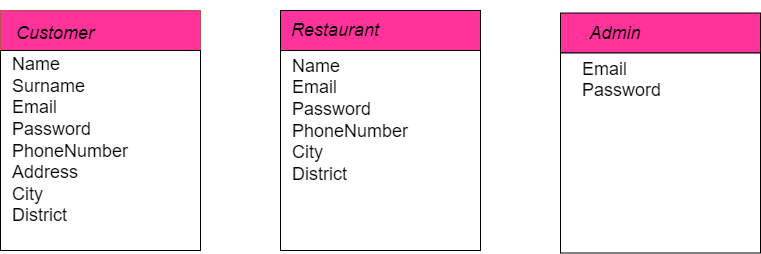
duygu2/Food-Deliveryy keeps this draw.io diagram as database.png. Above is the earlier version. Source tidied: cells renumbered, new cells last; positions are measured from the earlier drawing's top-left corner, leaving out a move shared by most shapes.
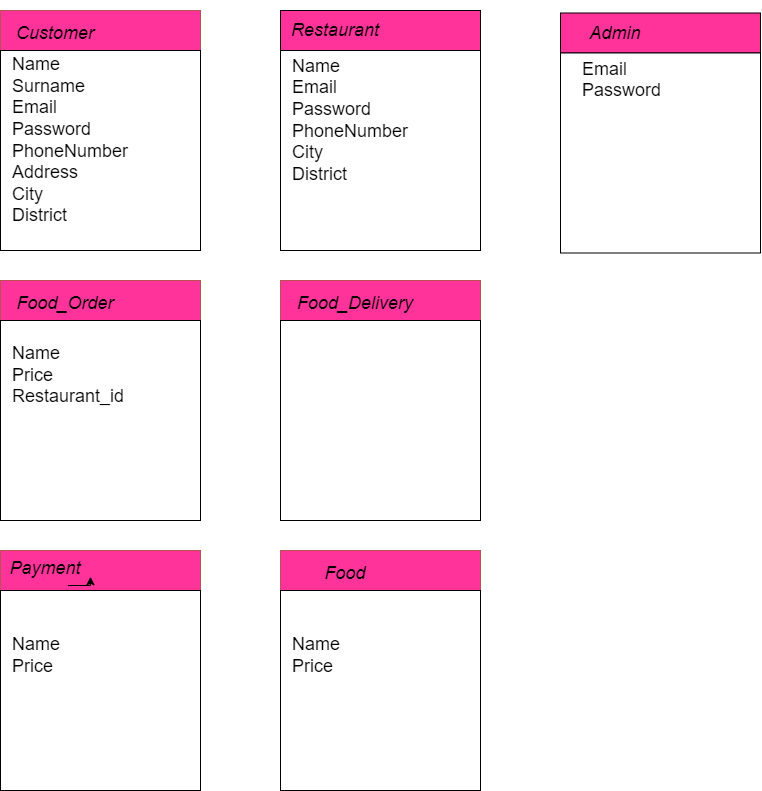
After the commit.

What changed in the source:
```diff
@@ -38,5 +38,53 @@
     <mxCell id="13" value="&lt;br&gt;Email&lt;br&gt;Password&lt;br&gt;" style="text;html=1;strokeColor=none;fillColor=none;align=left;verticalAlign=middle;whiteSpace=wrap;rounded=0;fontSize=18;" parent="1" vertex="1">
       <mxGeometry x="580" width="150" height="137.5" as="geometry" />
     </mxCell>
+    <mxCell id="14" style="rounded=0;whiteSpace=wrap;html=1;fillColor=#FF3399;strokeColor=#b85450;" parent="1" vertex="1">
+      <mxGeometry y="280" width="200" height="40" as="geometry" />
+    </mxCell>
+    <mxCell id="15" style="rounded=0;whiteSpace=wrap;html=1;" parent="1" vertex="1">
+      <mxGeometry y="320" width="200" height="200" as="geometry" />
+    </mxCell>
+    <mxCell id="16" value="&lt;font style=&quot;font-size: 18px;&quot;&gt;&lt;i&gt;Food_Order&lt;/i&gt;&lt;/font&gt;" style="text;html=1;strokeColor=none;fillColor=none;align=center;verticalAlign=middle;whiteSpace=wrap;rounded=0;" parent="1" vertex="1">
+      <mxGeometry x="20" y="285" width="90" height="35" as="geometry" />
+    </mxCell>
+    <mxCell id="17" value="Name&lt;br&gt;Price&lt;br&gt;Restaurant_id&lt;br&gt;" style="text;html=1;strokeColor=none;fillColor=none;align=left;verticalAlign=middle;whiteSpace=wrap;rounded=0;fontSize=18;" parent="1" vertex="1">
+      <mxGeometry x="10" y="320" width="150" height="110" as="geometry" />
+    </mxCell>
+    <mxCell id="18" style="rounded=0;whiteSpace=wrap;html=1;fillColor=#FF3399;strokeColor=#b85450;" parent="1" vertex="1">
+      <mxGeometry x="280" y="280" width="200" height="40" as="geometry" />
+    </mxCell>
+    <mxCell id="19" style="rounded=0;whiteSpace=wrap;html=1;" parent="1" vertex="1">
+      <mxGeometry x="280" y="320" width="200" height="200" as="geometry" />
+    </mxCell>
+    <mxCell id="20" value="&lt;font style=&quot;font-size: 18px;&quot;&gt;&lt;i&gt;Food_Delivery&lt;/i&gt;&lt;/font&gt;" style="text;html=1;strokeColor=none;fillColor=none;align=center;verticalAlign=middle;whiteSpace=wrap;rounded=0;" parent="1" vertex="1">
+      <mxGeometry x="310" y="285" width="90" height="35" as="geometry" />
+    </mxCell>
+    <mxCell id="21" style="rounded=0;whiteSpace=wrap;html=1;fillColor=#FF3399;strokeColor=#b85450;" parent="1" vertex="1">
+      <mxGeometry y="550" width="200" height="40" as="geometry" />
+    </mxCell>
+    <mxCell id="22" style="rounded=0;whiteSpace=wrap;html=1;" parent="1" vertex="1">
+      <mxGeometry y="590" width="200" height="200" as="geometry" />
+    </mxCell>
+    <mxCell id="23" value="Name&lt;br&gt;Price&lt;br&gt;" style="text;html=1;strokeColor=none;fillColor=none;align=left;verticalAlign=middle;whiteSpace=wrap;rounded=0;fontSize=18;" parent="1" vertex="1">
+      <mxGeometry x="10" y="600" width="150" height="110" as="geometry" />
+    </mxCell>
+    <mxCell id="24" style="rounded=0;whiteSpace=wrap;html=1;fillColor=#FF3399;strokeColor=#b85450;" parent="1" vertex="1">
+      <mxGeometry x="280" y="550" width="200" height="40" as="geometry" />
+    </mxCell>
+    <mxCell id="25" style="rounded=0;whiteSpace=wrap;html=1;" parent="1" vertex="1">
+      <mxGeometry x="280" y="590" width="200" height="200" as="geometry" />
+    </mxCell>
+    <mxCell id="26" value="&lt;font style=&quot;font-size: 18px;&quot;&gt;&lt;i&gt;Food&lt;/i&gt;&lt;/font&gt;" style="text;html=1;strokeColor=none;fillColor=none;align=center;verticalAlign=middle;whiteSpace=wrap;rounded=0;" parent="1" vertex="1">
+      <mxGeometry x="300" y="555" width="90" height="35" as="geometry" />
+    </mxCell>
+    <mxCell id="27" value="Name&lt;br&gt;Price&lt;br&gt;" style="text;html=1;strokeColor=none;fillColor=none;align=left;verticalAlign=middle;whiteSpace=wrap;rounded=0;fontSize=18;" parent="1" vertex="1">
+      <mxGeometry x="290" y="600" width="150" height="110" as="geometry" />
+    </mxCell>
+    <mxCell id="28" value="&lt;font style=&quot;font-size: 18px;&quot;&gt;&lt;i&gt;Payment&lt;/i&gt;&lt;/font&gt;" style="text;html=1;strokeColor=none;fillColor=none;align=center;verticalAlign=middle;whiteSpace=wrap;rounded=0;" parent="1" vertex="1">
+      <mxGeometry y="550" width="90" height="35" as="geometry" />
+    </mxCell>
+    <mxCell id="29" style="edgeStyle=orthogonalEdgeStyle;rounded=0;orthogonalLoop=1;jettySize=auto;html=1;exitX=0.75;exitY=1;exitDx=0;exitDy=0;entryX=1;entryY=0.75;entryDx=0;entryDy=0;fontSize=18;fontColor=#FF6666;" parent="1" edge="1" source="28" target="28">
+      <mxGeometry relative="1" as="geometry" />
+    </mxCell>
   </root>
 </mxGraphModel>
```
